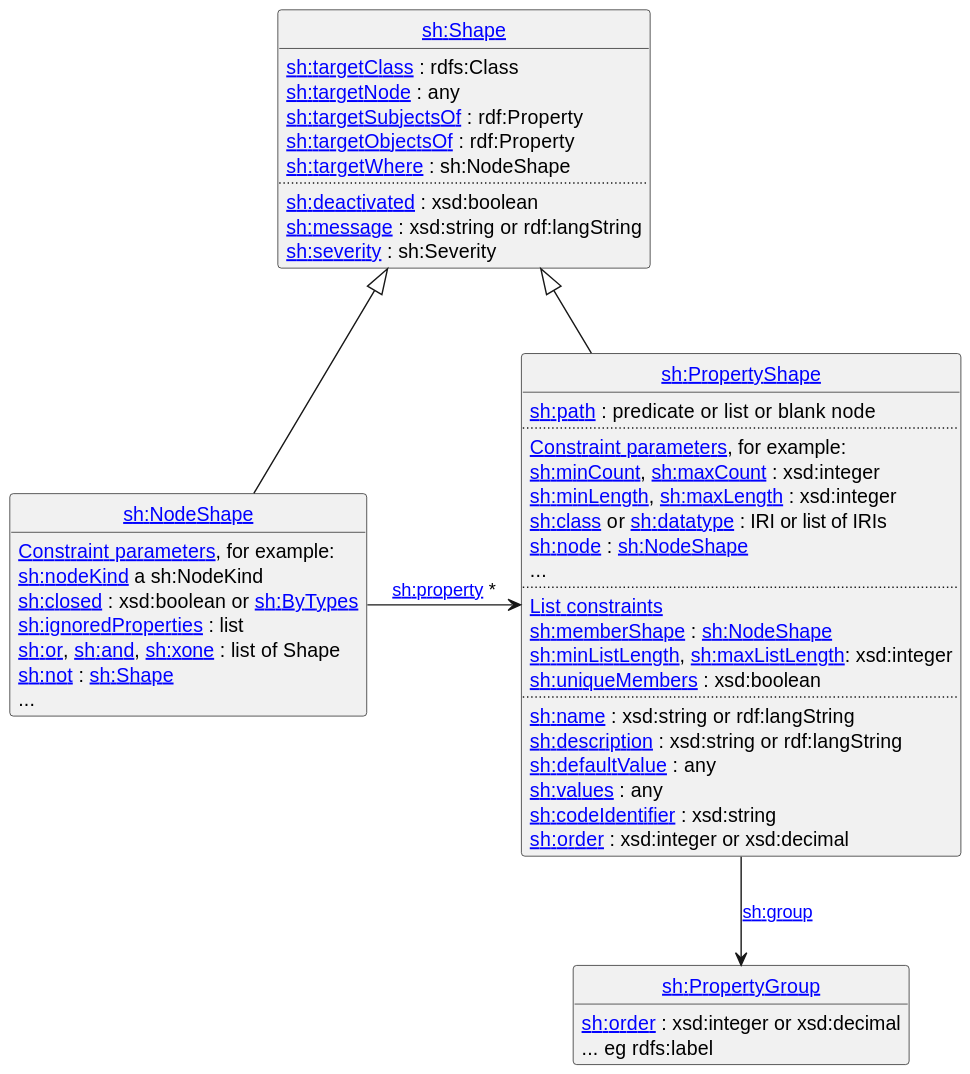
This is shacl12-core/images/SHACL-UML.svg from w3c/data-shapes, a PlantUML export, as it was before one commit.
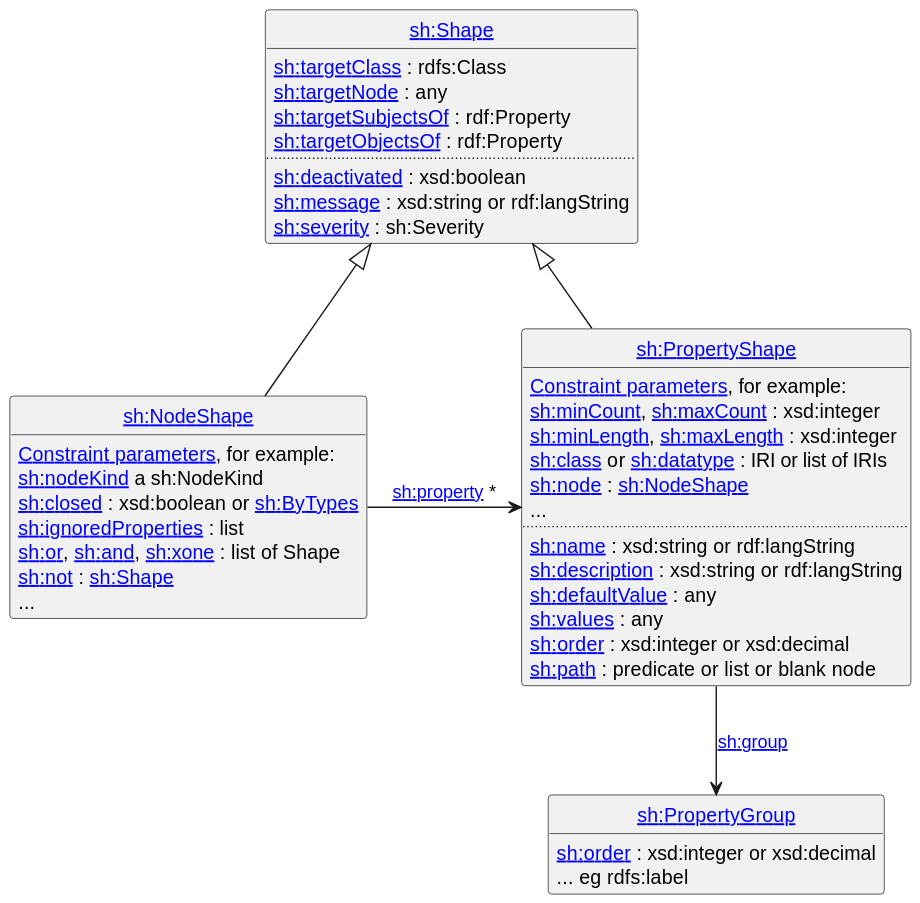
Above is the later version.

Commit message:
replace <img> with script that embeds SVG content

Change to the diagram source:
```diff
@@ -8,7 +8,6 @@
   [[#targetNode sh:targetNode]] : any
   [[#targetSubjectsOf sh:targetSubjectsOf]] : rdf:Property
   [[#targetObjectsOf sh:targetObjectsOf]] : rdf:Property
-  [[#targetWhere sh:targetWhere]] : sh:NodeShape
   ....
   [[#deactivated sh:deactivated]] : xsd:boolean
   [[#message sh:message]] : xsd:string or rdf:langString
@@ -26,8 +25,6 @@
 }
 
 class "<color:blue><u>sh:PropertyShape" as PropertyShape [[#property-shapes]] {
-  [[#property-paths sh:path]] : predicate or list or blank node
-  ....
   [[#constraints Constraint parameters]], for example:
   [[#MinCountConstraintComponent sh:minCount]], [[#MaxCountConstraintComponent sh:maxCount]] : xsd:integer
   [[#MinLengthConstraintComponent sh:minLength]], [[#MaxLengthConstraintComponent sh:maxLength]] : xsd:integer
@@ -35,17 +32,12 @@
   [[#NodeConstraintComponent sh:node]] : [[#node-shapes sh:NodeShape]]
   ...
   ....
-  [[#core-components-list List constraints]]
-  [[#MemberShapeConstraintComponent sh:memberShape]] : [[#node-shapes sh:NodeShape]]
-  [[#MinListLengthConstraintComponent sh:minListLength]], [[#MaxListLengthConstraintComponent sh:maxListLength]]: xsd:integer
-  [[#UniqueMembersConstraintComponent sh:uniqueMembers]] : xsd:boolean
-  ....
   [[#name sh:name]] : xsd:string or rdf:langString
   [[#description sh:description]] : xsd:string or rdf:langString
   [[#syntax-rule-path-defaultValue sh:defaultValue]] : any
   [[#syntax-rule-path-defaultValue sh:values]] : any
-  [[#codeIdentifier sh:codeIdentifier]] : xsd:string
   [[#order sh:order]] : xsd:integer or xsd:decimal
+  [[#property-paths sh:path]] : predicate or list or blank node
 }
 
 class "<color:blue><u>sh:PropertyGroup" as PropertyGroup [[#group sh:group]] {
@@ -56,6 +48,5 @@
 Shape <|-- NodeShape
 Shape <|-- PropertyShape
 NodeShape -> PropertyShape : [[#property-shapes sh:property]] *
-PropertyShape --> PropertyGroup : [[#group sh:group]]
-
+PropertyShape --> PropertyGroup :  [[#group sh:group]]
 @enduml
```
